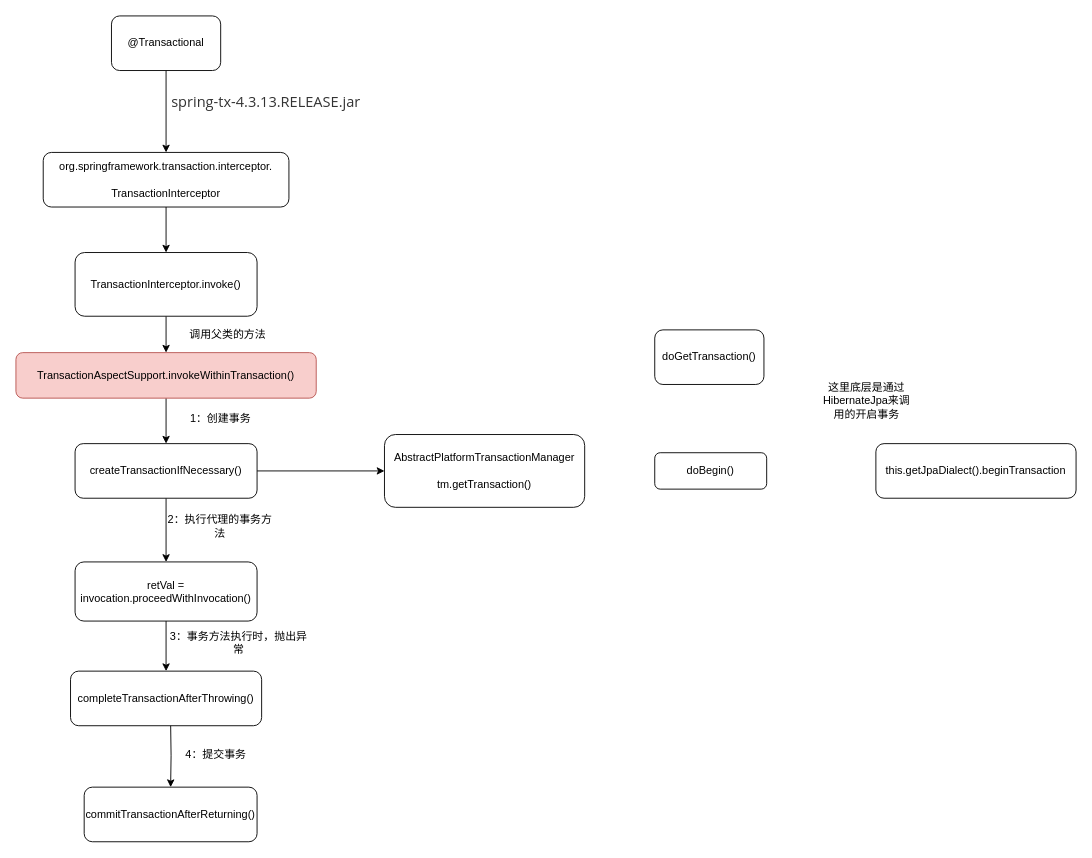
Before: 微服务/分布式事务/Spring事务源码剖析.drawio in chenshuai1995/a-imgs, a draw.io diagram. Source tidied: cells renumbered, new cells numbered last; positions are measured from the earlier drawing's top-left corner, leaving out a move shared by most shapes. Both pictures are drawn from the tidied source at 91%, with x=0, y=0 at pixel (15, 15).
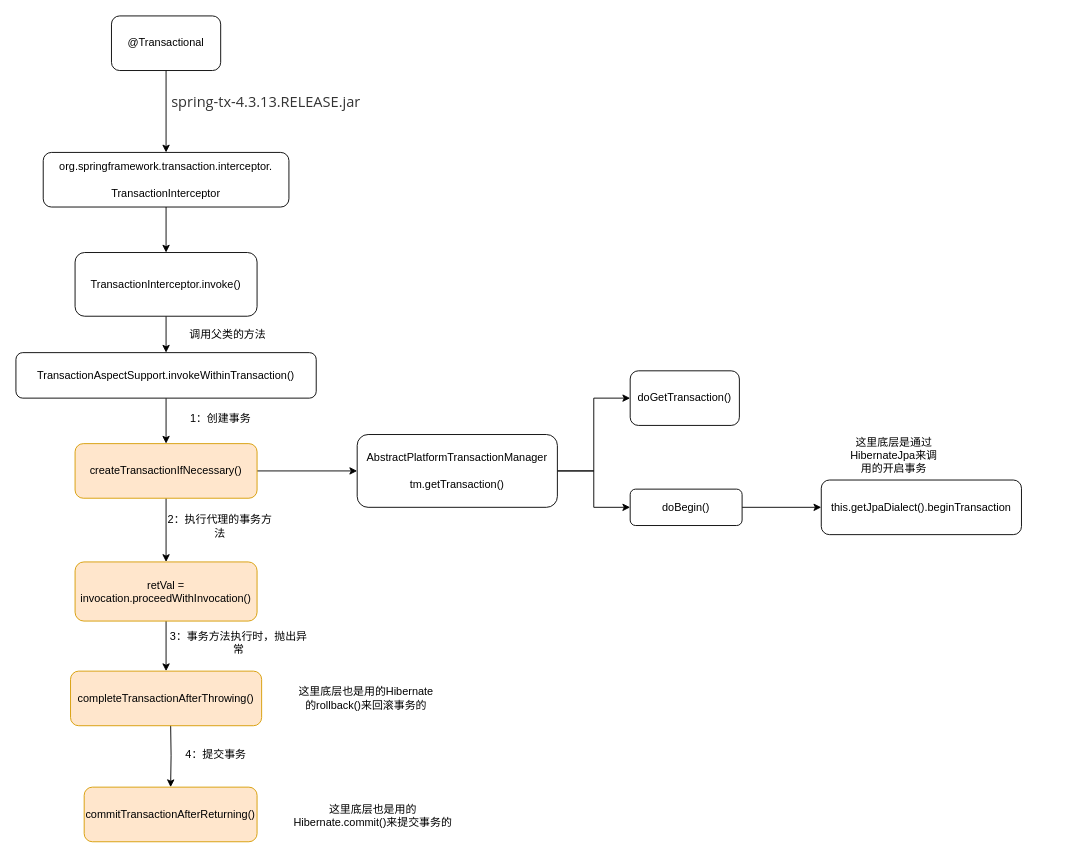
After the change.

Commit message:
更新Spring事务源码剖析.drawio

Diff of the diagram source:
```diff
@@
-    <mxCell id="10" value="TransactionAspectSupport.invokeWithinTransaction()" style="rounded=1;whiteSpace=wrap;html=1;fillColor=#f8cecc;strokeColor=#b85450;" parent="1" vertex="1">
+    <mxCell id="10" value="TransactionAspectSupport.invokeWithinTransaction()" style="rounded=1;whiteSpace=wrap;html=1;" parent="1" vertex="1">
       <mxGeometry y="370" width="330" height="50" as="geometry" />
     </mxCell>
@@
-    <mxCell id="13" value="createTransactionIfNecessary()" style="rounded=1;whiteSpace=wrap;html=1;" parent="1" vertex="1">
+    <mxCell id="13" value="createTransactionIfNecessary()" style="rounded=1;whiteSpace=wrap;html=1;fillColor=#ffe6cc;strokeColor=#d79b00;" parent="1" vertex="1">
       <mxGeometry x="65" y="470" width="200" height="60" as="geometry" />
     </mxCell>
@@
-    <mxCell id="15" value="retVal = invocation.proceedWithInvocation()" style="rounded=1;whiteSpace=wrap;html=1;" parent="1" vertex="1">
+    <mxCell id="15" value="retVal = invocation.proceedWithInvocation()" style="rounded=1;whiteSpace=wrap;html=1;fillColor=#ffe6cc;strokeColor=#d79b00;" parent="1" vertex="1">
       <mxGeometry x="65" y="600" width="200" height="65" as="geometry" />
     </mxCell>
@@
-    <mxCell id="17" value="completeTransactionAfterThrowing()" style="rounded=1;whiteSpace=wrap;html=1;" parent="1" vertex="1">
+    <mxCell id="17" value="completeTransactionAfterThrowing()" style="rounded=1;whiteSpace=wrap;html=1;fillColor=#ffe6cc;strokeColor=#d79b00;" parent="1" vertex="1">
       <mxGeometry x="60" y="720" width="210" height="60" as="geometry" />
     </mxCell>
-    <mxCell id="18" value="commitTransactionAfterReturning()" style="rounded=1;whiteSpace=wrap;html=1;" parent="1" vertex="1">
+    <mxCell id="18" value="commitTransactionAfterReturning()" style="rounded=1;whiteSpace=wrap;html=1;fillColor=#ffe6cc;strokeColor=#d79b00;" parent="1" vertex="1">
       <mxGeometry x="75" y="847.5" width="190" height="60" as="geometry" />
     </mxCell>
@@
+    <mxCell id="29" style="edgeStyle=orthogonalEdgeStyle;rounded=0;jettySize=auto;html=1;entryX=0;entryY=0.5;entryDx=0;entryDy=0;" parent="1" edge="1" source="24" target="25">
+      <mxGeometry relative="1" as="geometry" />
+    </mxCell>
+    <mxCell id="30" style="edgeStyle=orthogonalEdgeStyle;rounded=0;jettySize=auto;html=1;entryX=0;entryY=0.5;entryDx=0;entryDy=0;" parent="1" edge="1" source="24" target="26">
+      <mxGeometry relative="1" as="geometry" />
+    </mxCell>
     <mxCell id="24" value="AbstractPlatformTransactionManager&lt;br&gt;&lt;br&gt;tm.getTransaction()" style="rounded=1;whiteSpace=wrap;html=1;" parent="1" vertex="1">
-      <mxGeometry x="405" y="460" width="220" height="80" as="geometry" />
+      <mxGeometry x="375" y="460" width="220" height="80" as="geometry" />
     </mxCell>
     <mxCell id="25" value="doGetTransaction()" style="rounded=1;whiteSpace=wrap;html=1;" parent="1" vertex="1">
-      <mxGeometry x="702" y="345" width="120" height="60" as="geometry" />
+      <mxGeometry x="675" y="390" width="120" height="60" as="geometry" />
     </mxCell>
+    <mxCell id="31" style="edgeStyle=orthogonalEdgeStyle;rounded=0;jettySize=auto;html=1;" parent="1" edge="1" source="26" target="27">
+      <mxGeometry relative="1" as="geometry" />
+    </mxCell>
     <mxCell id="26" value="doBegin()" style="rounded=1;whiteSpace=wrap;html=1;" parent="1" vertex="1">
-      <mxGeometry x="702" y="480" width="123" height="40" as="geometry" />
+      <mxGeometry x="675" y="520" width="123" height="40" as="geometry" />
     </mxCell>
     <mxCell id="27" value="this.getJpaDialect().beginTransaction" style="rounded=1;whiteSpace=wrap;html=1;" parent="1" vertex="1">
-      <mxGeometry x="945" y="470" width="220" height="60" as="geometry" />
+      <mxGeometry x="885" y="510" width="220" height="60" as="geometry" />
     </mxCell>
     <mxCell id="28" value="这里底层是通过HibernateJpa来调用的开启事务" style="text;html=1;strokeColor=none;fillColor=none;align=center;verticalAlign=middle;whiteSpace=wrap;rounded=0;" parent="1" vertex="1">
-      <mxGeometry x="885" y="405" width="100" height="35" as="geometry" />
+      <mxGeometry x="915" y="465" width="100" height="35" as="geometry" />
     </mxCell>
+    <mxCell id="32" value="这里底层也是用的Hibernate.commit()来提交事务的" style="text;html=1;strokeColor=none;fillColor=none;align=center;verticalAlign=middle;whiteSpace=wrap;rounded=0;" parent="1" vertex="1">
+      <mxGeometry x="300" y="857" width="185" height="44" as="geometry" />
+    </mxCell>
+    <mxCell id="33" value="这里底层也是用的Hibernate的rollback()来回滚事务的" style="text;html=1;strokeColor=none;fillColor=none;align=center;verticalAlign=middle;whiteSpace=wrap;rounded=0;" parent="1" vertex="1">
+      <mxGeometry x="305" y="729" width="160" height="41" as="geometry" />
+    </mxCell>
```
